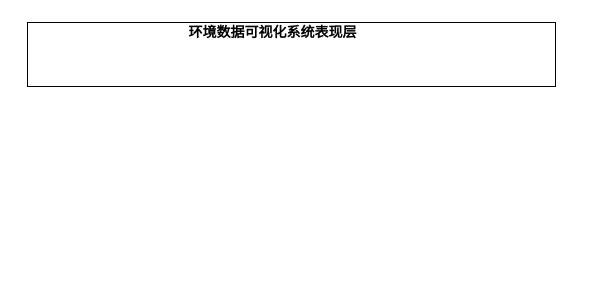
Above: architecture.drawio in xiangsanliu/drawio (draw.io), before the change. Source tidied: cells renumbered, new cells numbered last; positions are measured from the earlier drawing's top-left corner, leaving out a move shared by most shapes. Both pictures are drawn from the tidied source at 100%, with x=0, y=0 at pixel (27, 22).
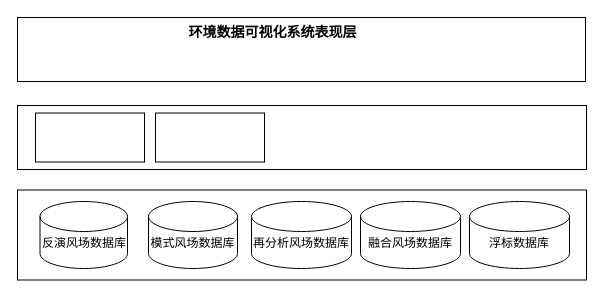
The same diagram, later.

Change to the diagram source:
```diff
@@
 <mxGraphModel>
   <root>
     <mxCell id="0" />
     <mxCell id="1" parent="0" />
     <mxCell id="2" style="rounded=0;whiteSpace=wrap;html=1;" parent="1" vertex="1">
-      <mxGeometry width="528" height="64" as="geometry" />
+      <mxGeometry x="-10" y="-5" width="568" height="64" as="geometry" />
     </mxCell>
     <mxCell id="3" value="&lt;b&gt;&lt;font style=&quot;font-size: 14px&quot;&gt;环境数据可视化系统表现层&lt;/font&gt;&lt;/b&gt;" style="text;html=1;align=center;verticalAlign=middle;" parent="1" vertex="1">
       <mxGeometry x="156" width="178" height="19" as="geometry" />
     </mxCell>
+    <mxCell id="4" style="rounded=0;whiteSpace=wrap;html=1;" parent="1" vertex="1">
+      <mxGeometry x="-10" y="83" width="569" height="64" as="geometry" />
+    </mxCell>
+    <mxCell id="5" style="rounded=0;whiteSpace=wrap;html=1;" parent="1" vertex="1">
+      <mxGeometry x="8" y="90.5" width="109" height="49" as="geometry" />
+    </mxCell>
+    <mxCell id="6" style="rounded=0;whiteSpace=wrap;html=1;" parent="1" vertex="1">
+      <mxGeometry x="128" y="90.5" width="109" height="49" as="geometry" />
+    </mxCell>
+    <mxCell id="7" style="rounded=0;whiteSpace=wrap;html=1;" parent="1" vertex="1">
+      <mxGeometry x="-10" y="167.5" width="569" height="90" as="geometry" />
+    </mxCell>
+    <mxCell id="8" style="group;" parent="1" vertex="1">
+      <mxGeometry x="12.5" y="179" width="529.5" height="67" as="geometry" />
+    </mxCell>
+    <mxCell id="9" value="&lt;br&gt;反演风场数据库" style="shape=cylinder2;whiteSpace=wrap;html=1;boundedLbl=1;backgroundOutline=1;size=15;" parent="8" vertex="1">
+      <mxGeometry width="87.5" height="67" as="geometry" />
+    </mxCell>
+    <mxCell id="10" value="&lt;br&gt;模式风场数据库" style="shape=cylinder2;whiteSpace=wrap;html=1;boundedLbl=1;backgroundOutline=1;size=15;" parent="8" vertex="1">
+      <mxGeometry x="108.5" width="89" height="67" as="geometry" />
+    </mxCell>
+    <mxCell id="11" value="&lt;br&gt;再分析风场数据库" style="shape=cylinder2;whiteSpace=wrap;html=1;boundedLbl=1;backgroundOutline=1;size=15;" parent="8" vertex="1">
+      <mxGeometry x="211.5" width="100" height="67" as="geometry" />
+    </mxCell>
+    <mxCell id="12" value="&lt;br&gt;融合风场数据库" style="shape=cylinder2;whiteSpace=wrap;html=1;boundedLbl=1;backgroundOutline=1;size=15;" parent="8" vertex="1">
+      <mxGeometry x="320.5" width="100" height="67" as="geometry" />
+    </mxCell>
+    <mxCell id="13" value="&lt;br&gt;浮标数据库" style="shape=cylinder2;whiteSpace=wrap;html=1;boundedLbl=1;backgroundOutline=1;size=15;" parent="8" vertex="1">
+      <mxGeometry x="429.5" width="100" height="67" as="geometry" />
+    </mxCell>
   </root>
 </mxGraphModel>
```
